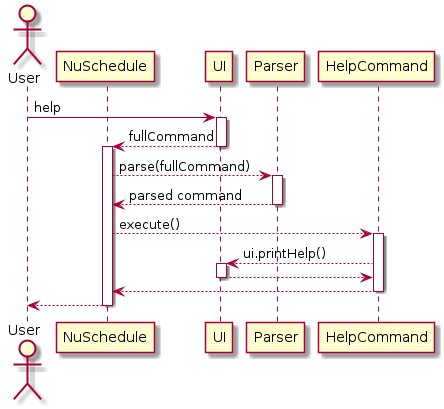
nus-cs2113-AY2021S1/tp keeps this PlantUML diagram as docs/diagrams/HelpCommand.png. Above is the earlier version. Its diagram source:
```plantuml
@startuml
actor User
participant NuSchedule
participant UI
participant Parser
participant HelpCommand


User -> UI: help
Activate UI
UI --> NuSchedule: fullCommand
Deactivate UI

Activate NuSchedule
NuSchedule --> Parser: parse(fullCommand)
Activate Parser
Parser --> NuSchedule: parsed command
Deactivate Parser

NuSchedule --> HelpCommand: execute()
Activate HelpCommand
HelpCommand -->UI:ui.printHelp()
Activate UI
UI --> HelpCommand
Deactivate UI
HelpCommand --> NuSchedule
Deactivate HelpCommand
NuSchedule --> User
Deactivate NuSchedule
@enduml
```
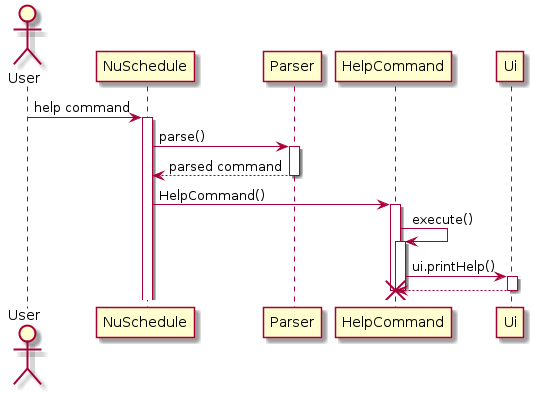
After the change.

Commit message:
-update dg/ug for clear function -update clear function sequence diagram -update help function sequence diagram

The edit, as a diff of the source:
```diff
@@ -1,30 +1,22 @@
 @startuml
 actor User
-participant NuSchedule
-participant UI
-participant Parser
-participant HelpCommand
 
-
-User -> UI: help
-Activate UI
-UI --> NuSchedule: fullCommand
-Deactivate UI
-
+User -> NuSchedule: help command
 Activate NuSchedule
-NuSchedule --> Parser: parse(fullCommand)
+NuSchedule -> Parser: parse()
 Activate Parser
 Parser --> NuSchedule: parsed command
-Deactivate Parser
+deactivate Parser
 
-NuSchedule --> HelpCommand: execute()
-Activate HelpCommand
-HelpCommand -->UI:ui.printHelp()
-Activate UI
-UI --> HelpCommand
-Deactivate UI
-HelpCommand --> NuSchedule
-Deactivate HelpCommand
-NuSchedule --> User
-Deactivate NuSchedule
+NuSchedule -> HelpCommand: HelpCommand()
+activate HelpCommand
+HelpCommand -> HelpCommand: execute()
+activate HelpCommand
+HelpCommand -> Ui: ui.printHelp()
+activate Ui
+Ui --> HelpCommand
+deactivate Ui
+deactivate HelpCommand
+deactivate HelpCommand
+destroy HelpCommand
 @enduml
```
